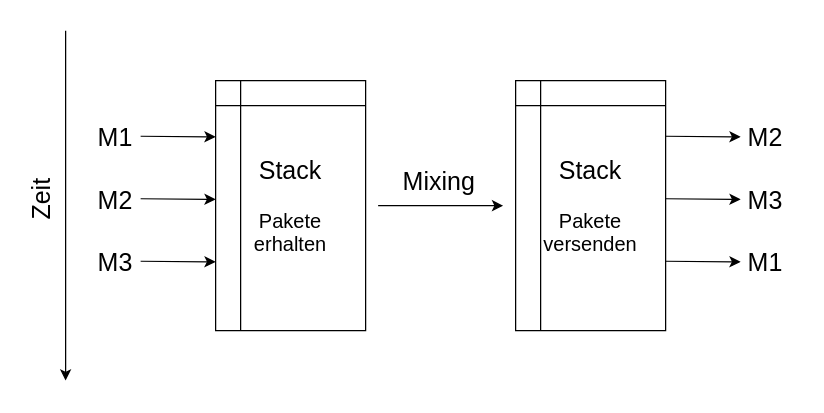
Earlier version of the draw.io diagram graph/mixnet_stack.drawio (Kiyotoko/anonymous-communication-systems). Source tidied: cells renumbered, new cells numbered last; positions are measured from the earlier drawing's top-left corner, leaving out a move shared by most shapes. Both pictures are drawn from the tidied source at 125%, with x=0, y=0 at pixel (2, 30).
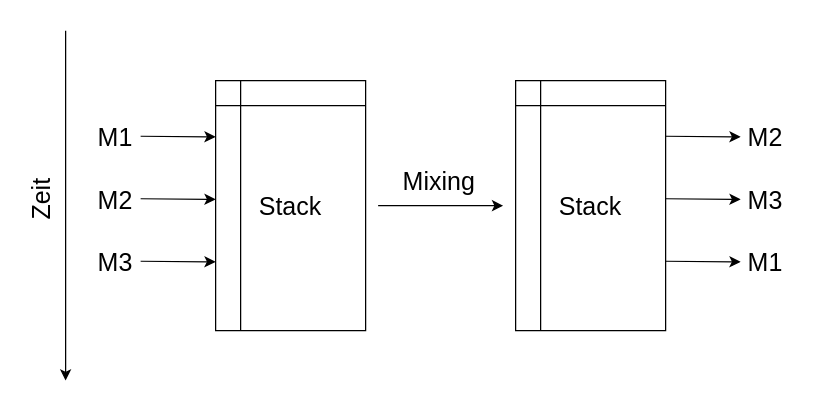
The same diagram, later.

What changed in the source:
```diff
@@
-    <mxCell id="6" value="&lt;div&gt;&lt;font style=&quot;font-size: 20px;&quot;&gt;Stack&lt;/font&gt;&lt;/div&gt;&lt;div&gt;&lt;font size=&quot;3&quot;&gt;&lt;br&gt;&lt;/font&gt;&lt;/div&gt;&lt;div&gt;&lt;font size=&quot;3&quot;&gt;Pakete&lt;/font&gt;&lt;/div&gt;&lt;div&gt;&lt;font size=&quot;3&quot;&gt;erhalten&lt;br&gt;&lt;/font&gt;&lt;/div&gt;" style="shape=internalStorage;whiteSpace=wrap;html=1;backgroundOutline=1;" parent="1" vertex="1">
+    <mxCell id="6" value="&lt;div&gt;&lt;font style=&quot;font-size: 20px;&quot;&gt;Stack&lt;/font&gt;&lt;/div&gt;" style="shape=internalStorage;whiteSpace=wrap;html=1;backgroundOutline=1;" parent="1" vertex="1">
       <mxGeometry x="170" y="40" width="120" height="200" as="geometry" />
     </mxCell>
@@
-    <mxCell id="13" value="&lt;div&gt;&lt;font style=&quot;font-size: 20px;&quot;&gt;Stack&lt;/font&gt;&lt;/div&gt;&lt;div&gt;&lt;font size=&quot;3&quot;&gt;&lt;br&gt;&lt;/font&gt;&lt;/div&gt;&lt;div&gt;&lt;font size=&quot;3&quot;&gt;Pakete&lt;/font&gt;&lt;/div&gt;&lt;div&gt;&lt;font size=&quot;3&quot;&gt;versenden&lt;br&gt;&lt;/font&gt;&lt;/div&gt;" style="shape=internalStorage;whiteSpace=wrap;html=1;backgroundOutline=1;" parent="1" vertex="1">
+    <mxCell id="13" value="&lt;div&gt;&lt;font style=&quot;font-size: 20px;&quot;&gt;Stack&lt;/font&gt;&lt;/div&gt;" style="shape=internalStorage;whiteSpace=wrap;html=1;backgroundOutline=1;" parent="1" vertex="1">
       <mxGeometry x="410" y="40" width="120" height="200" as="geometry" />
     </mxCell>
```
